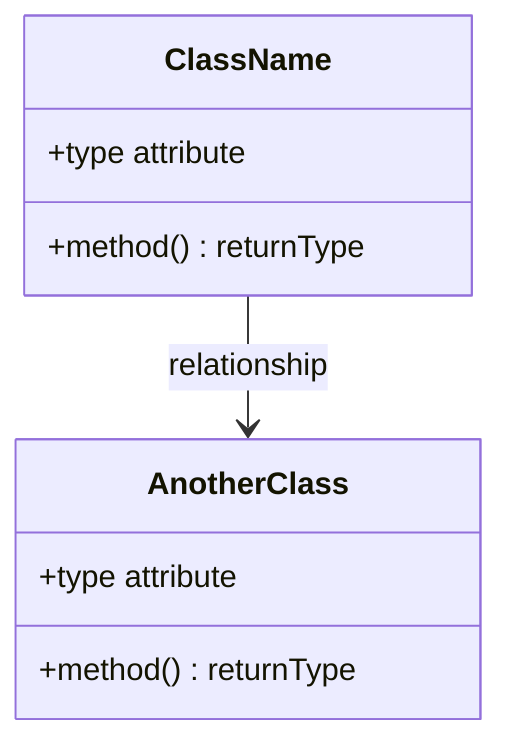
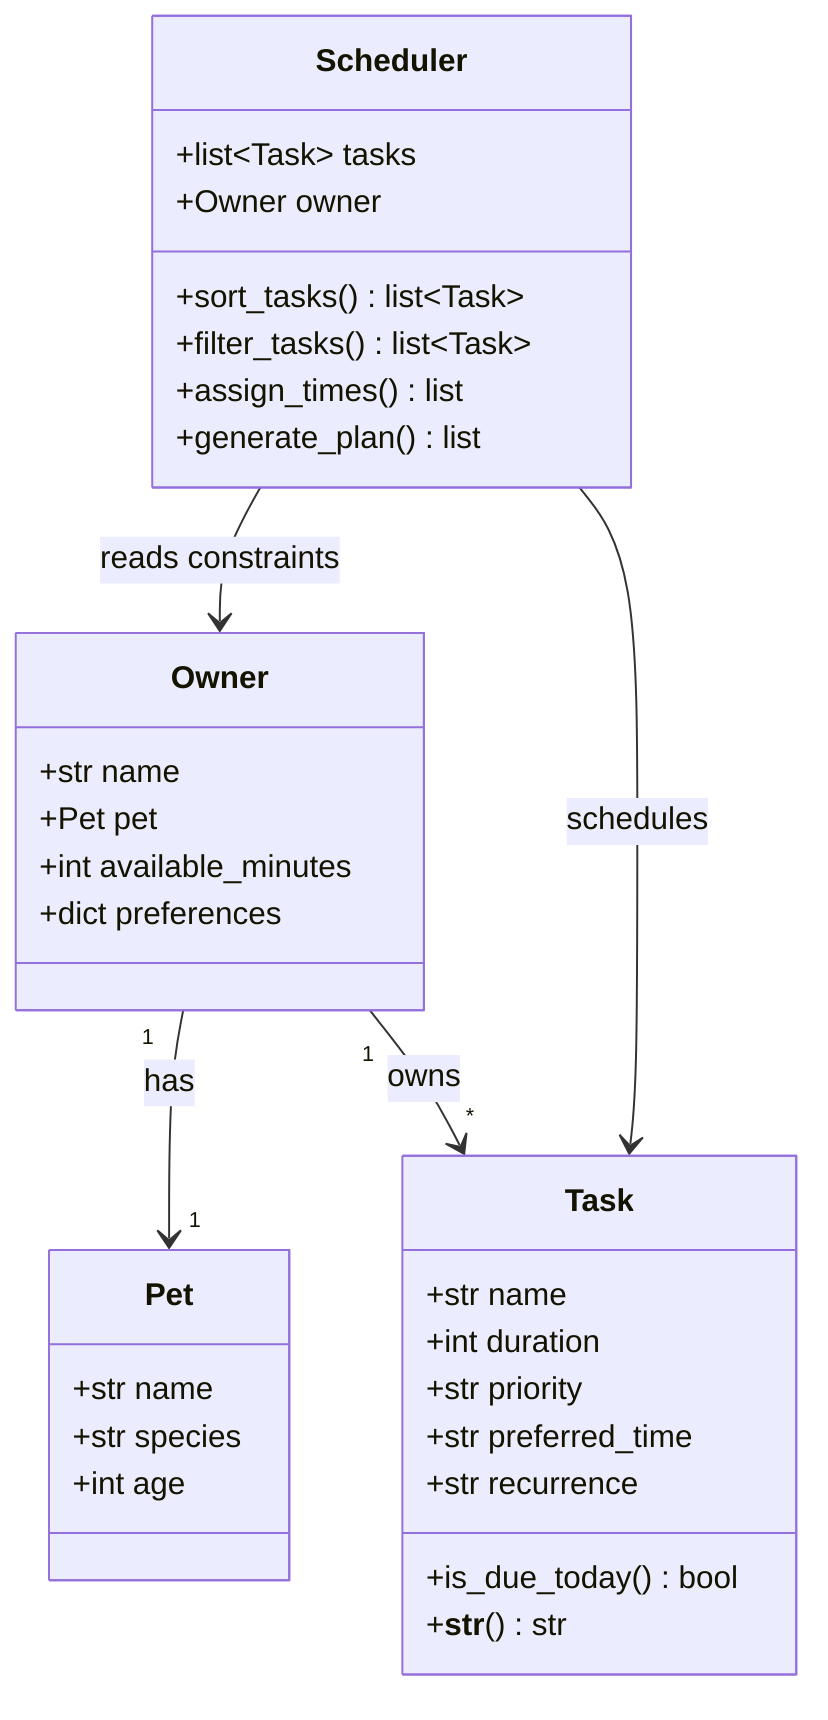
classDiagram
-     %% Replace the placeholders below with your actual classes, attributes, methods, and relationships.
-     %% Keep this file updated so it matches your final implementation.
+     %% PawPal+ class design

-     class ClassName {
-         +type attribute
-         +method() returnType
+     class Owner {
+         +str name
+         +Pet pet
+         +int available_minutes
+         +dict preferences
    }

-     class AnotherClass {
-         +type attribute
-         +method() returnType
+     class Pet {
+         +str name
+         +str species
+         +int age
    }

-     ClassName --> AnotherClass : relationship
+     class Task {
+         +str name
+         +int duration
+         +str priority
+         +str preferred_time
+         +str recurrence
+         +is_due_today() bool
+         +__str__() str
+     }
+ 
+     class Scheduler {
+         +list~Task~ tasks
+         +Owner owner
+         +sort_tasks() list~Task~
+         +filter_tasks() list~Task~
+         +assign_times() list
+         +generate_plan() list
+     }
+ 
+     Owner "1" --> "1" Pet : has
+     Owner "1" --> "*" Task : owns
+     Scheduler --> Owner : reads constraints
+     Scheduler --> Task : schedules
